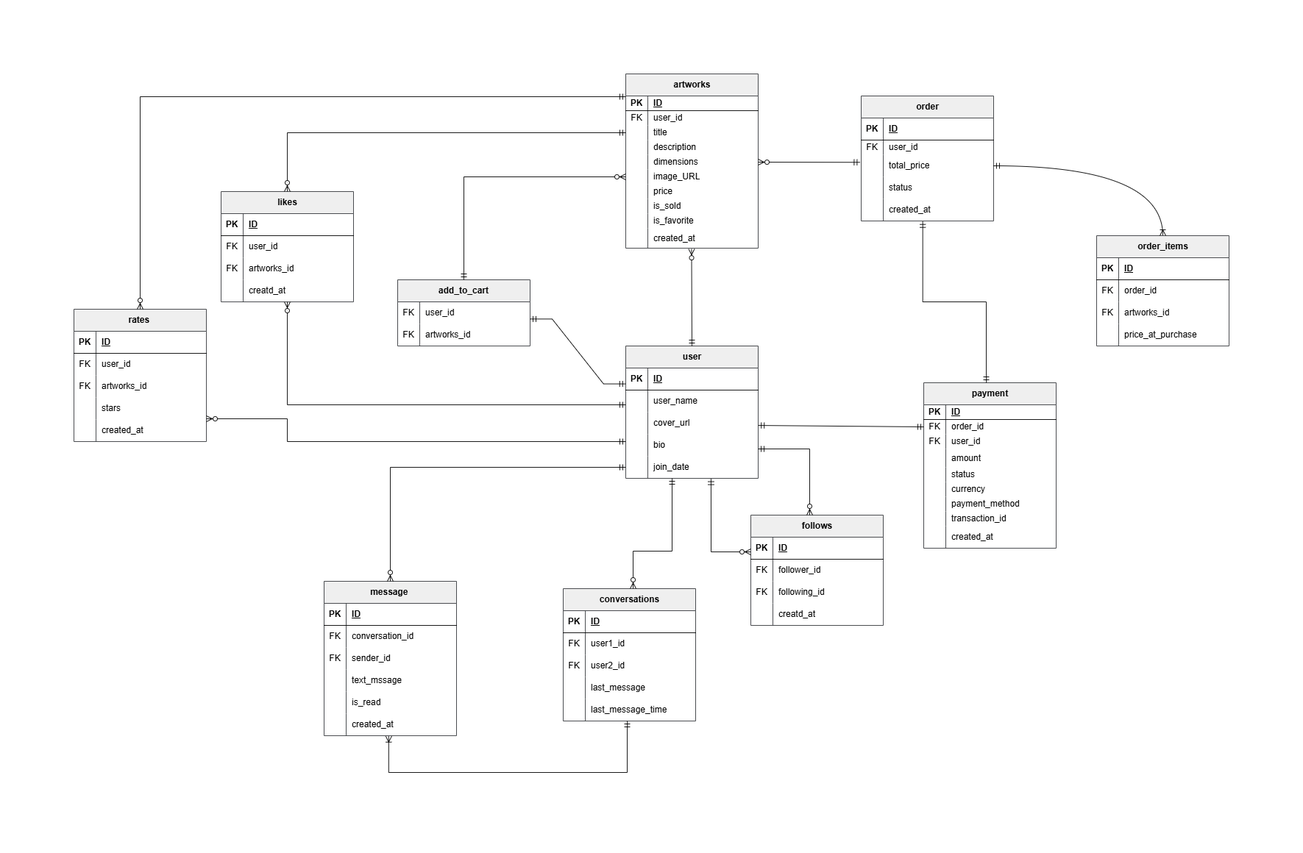
This is docs/ERD.png from bayanhassoneh/E-Commerce-App-Art-Marketpalce, a draw.io export, as it was before one commit. Source tidied: cells renumbered, new cells last; positions are measured from the earlier drawing's top-left corner, leaving out a move shared by most shapes.
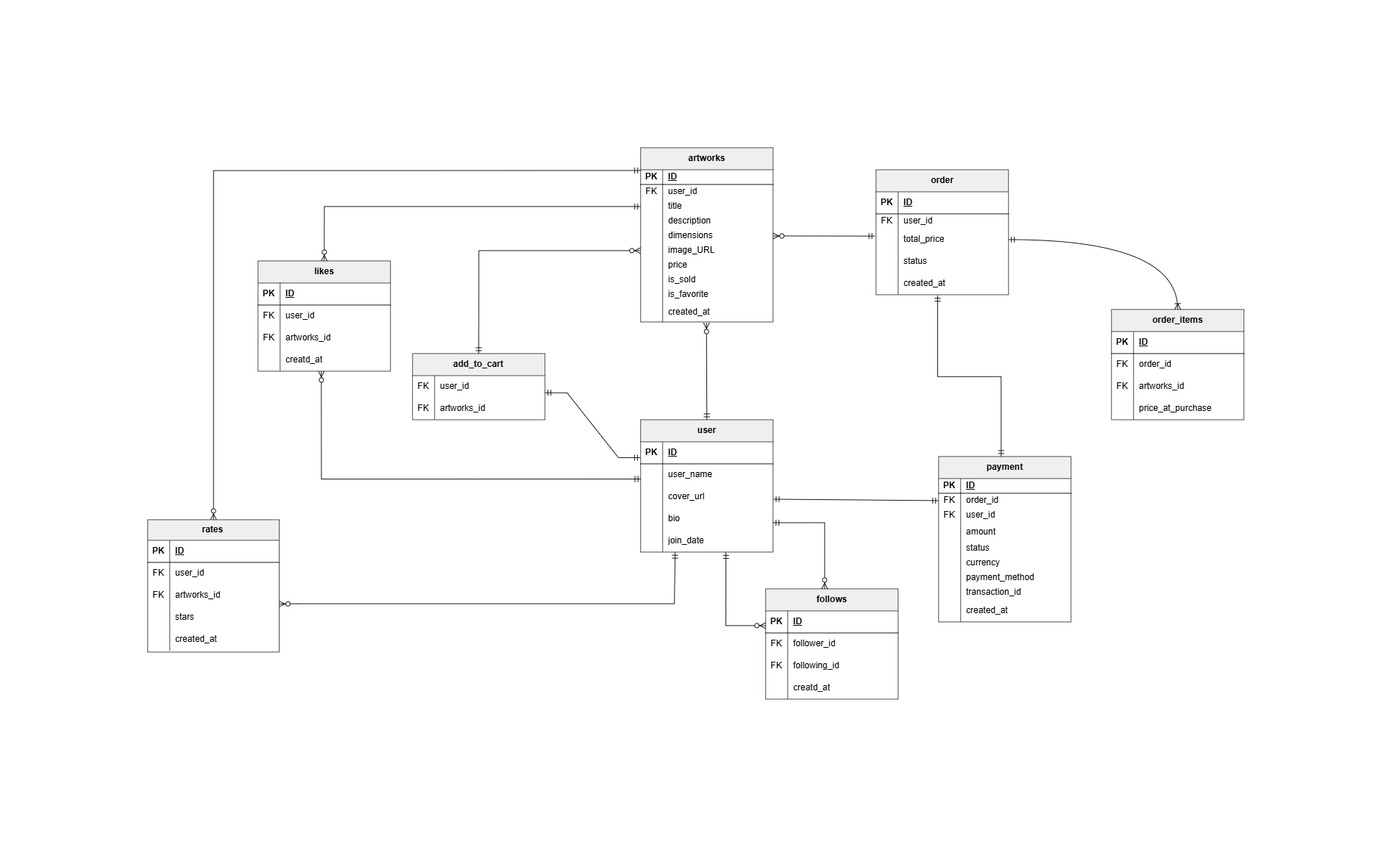
After the change.

Diff of the diagram source:
```diff
@@ -3,7 +3,7 @@
     <mxCell id="0" />
     <mxCell id="1" parent="0" />
     <mxCell id="2" value="likes" style="shape=table;startSize=30;rowLines=0;fontStyle=1;align=center;html=1;fillColor=#eeeeee;strokeColor=#36393d;opacity=90;" parent="1" vertex="1">
-      <mxGeometry x="200" y="160" width="180" height="150" as="geometry" />
+      <mxGeometry x="230" y="154" width="180" height="150" as="geometry" />
     </mxCell>
     <mxCell id="3" style="shape=tableRow;horizontal=0;startSize=0;swimlaneHead=0;swimlaneBody=0;fillColor=none;top=0;left=0;right=0;bottom=1;opacity=90;" parent="2" vertex="1">
       <mxGeometry y="30" width="180" height="30" as="geometry" />
@@ -128,63 +128,6 @@
     <mxCell id="43" value="join_date" style="shape=partialRectangle;fillColor=none;top=0;left=0;bottom=0;right=0;align=left;spacingLeft=6;overflow=hidden;whiteSpace=wrap;html=1;opacity=90;" parent="41" vertex="1">
       <mxGeometry x="30" width="150" height="30" as="geometry" />
     </mxCell>
-    <mxCell id="44" value="message&amp;nbsp;" style="shape=table;startSize=30;rowLines=0;fontStyle=1;align=center;html=1;fillColor=#eeeeee;strokeColor=#36393d;opacity=90;" parent="1" vertex="1">
-      <mxGeometry x="340" y="690" width="180" height="210" as="geometry" />
-    </mxCell>
-    <mxCell id="45" style="shape=tableRow;horizontal=0;startSize=0;swimlaneHead=0;swimlaneBody=0;fillColor=none;top=0;left=0;right=0;bottom=1;opacity=90;" parent="44" vertex="1">
-      <mxGeometry y="30" width="180" height="30" as="geometry" />
-    </mxCell>
-    <mxCell id="46" value="PK" style="shape=partialRectangle;fillColor=none;top=0;left=0;bottom=0;right=0;fontStyle=1;overflow=hidden;whiteSpace=wrap;html=1;opacity=90;" parent="45" vertex="1">
-      <mxGeometry width="30" height="30" as="geometry" />
-    </mxCell>
-    <mxCell id="47" value="ID" style="shape=partialRectangle;fillColor=none;top=0;left=0;bottom=0;right=0;align=left;spacingLeft=6;fontStyle=5;overflow=hidden;whiteSpace=wrap;html=1;opacity=90;" parent="45" vertex="1">
-      <mxGeometry x="30" width="150" height="30" as="geometry" />
-    </mxCell>
-    <mxCell id="48" style="shape=tableRow;horizontal=0;startSize=0;swimlaneHead=0;swimlaneBody=0;fillColor=none;top=0;left=0;right=0;bottom=0;opacity=90;" parent="44" vertex="1">
-      <mxGeometry y="60" width="180" height="30" as="geometry" />
-    </mxCell>
-    <mxCell id="49" value="FK" style="shape=partialRectangle;fillColor=none;top=0;left=0;bottom=0;right=0;overflow=hidden;whiteSpace=wrap;html=1;opacity=90;" parent="48" vertex="1">
-      <mxGeometry width="30" height="30" as="geometry" />
-    </mxCell>
-    <mxCell id="50" value="conversation_id" style="shape=partialRectangle;fillColor=none;top=0;left=0;bottom=0;right=0;align=left;spacingLeft=6;overflow=hidden;whiteSpace=wrap;html=1;opacity=90;" parent="48" vertex="1">
-      <mxGeometry x="30" width="150" height="30" as="geometry" />
-    </mxCell>
-    <mxCell id="51" style="shape=tableRow;horizontal=0;startSize=0;swimlaneHead=0;swimlaneBody=0;fillColor=none;top=0;left=0;right=0;bottom=0;opacity=90;" parent="44" vertex="1">
-      <mxGeometry y="90" width="180" height="30" as="geometry" />
-    </mxCell>
-    <mxCell id="52" value="FK" style="shape=partialRectangle;fillColor=none;top=0;left=0;bottom=0;right=0;overflow=hidden;whiteSpace=wrap;html=1;opacity=90;" parent="51" vertex="1">
-      <mxGeometry width="30" height="30" as="geometry" />
-    </mxCell>
-    <mxCell id="53" value="sender_id" style="shape=partialRectangle;fillColor=none;top=0;left=0;bottom=0;right=0;align=left;spacingLeft=6;overflow=hidden;whiteSpace=wrap;html=1;opacity=90;" parent="51" vertex="1">
-      <mxGeometry x="30" width="150" height="30" as="geometry" />
-    </mxCell>
-    <mxCell id="54" style="shape=tableRow;horizontal=0;startSize=0;swimlaneHead=0;swimlaneBody=0;fillColor=none;top=0;left=0;right=0;bottom=0;opacity=90;" parent="44" vertex="1">
-      <mxGeometry y="120" width="180" height="30" as="geometry" />
-    </mxCell>
-    <mxCell id="55" style="shape=partialRectangle;fillColor=none;top=0;left=0;bottom=0;right=0;overflow=hidden;whiteSpace=wrap;html=1;opacity=90;" parent="54" vertex="1">
-      <mxGeometry width="30" height="30" as="geometry" />
-    </mxCell>
-    <mxCell id="56" value="text_mssage" style="shape=partialRectangle;fillColor=none;top=0;left=0;bottom=0;right=0;align=left;spacingLeft=6;overflow=hidden;whiteSpace=wrap;html=1;opacity=90;" parent="54" vertex="1">
-      <mxGeometry x="30" width="150" height="30" as="geometry" />
-    </mxCell>
-    <mxCell id="57" style="shape=tableRow;horizontal=0;startSize=0;swimlaneHead=0;swimlaneBody=0;fillColor=none;top=0;left=0;right=0;bottom=0;opacity=90;" parent="44" vertex="1">
-      <mxGeometry y="150" width="180" height="30" as="geometry" />
-    </mxCell>
-    <mxCell id="58" style="shape=partialRectangle;fillColor=none;top=0;left=0;bottom=0;right=0;overflow=hidden;whiteSpace=wrap;html=1;opacity=90;" parent="57" vertex="1">
-      <mxGeometry width="30" height="30" as="geometry" />
-    </mxCell>
-    <mxCell id="59" value="is_read&amp;nbsp;" style="shape=partialRectangle;fillColor=none;top=0;left=0;bottom=0;right=0;align=left;spacingLeft=6;overflow=hidden;whiteSpace=wrap;html=1;opacity=90;" parent="57" vertex="1">
-      <mxGeometry x="30" width="150" height="30" as="geometry" />
-    </mxCell>
-    <mxCell id="60" style="shape=tableRow;horizontal=0;startSize=0;swimlaneHead=0;swimlaneBody=0;fillColor=none;points=[[0,0.5],[1,0.5]];portConstraint=eastwest;top=0;left=0;right=0;bottom=0;opacity=90;" parent="44" vertex="1">
-      <mxGeometry y="180" width="180" height="30" as="geometry" />
-    </mxCell>
-    <mxCell id="61" style="shape=partialRectangle;fillColor=none;top=0;left=0;bottom=0;right=0;overflow=hidden;whiteSpace=wrap;html=1;opacity=90;" parent="60" vertex="1">
-      <mxGeometry width="30" height="30" as="geometry" />
-    </mxCell>
-    <mxCell id="62" value="created_at" style="shape=partialRectangle;fillColor=none;top=0;left=0;bottom=0;right=0;align=left;spacingLeft=6;overflow=hidden;whiteSpace=wrap;html=1;opacity=90;" parent="60" vertex="1">
-      <mxGeometry x="30" width="150" height="30" as="geometry" />
-    </mxCell>
     <mxCell id="63" value="payment" style="shape=table;startSize=30;rowLines=0;fontStyle=1;align=center;html=1;fillColor=#eeeeee;strokeColor=#36393d;opacity=90;" parent="1" vertex="1">
       <mxGeometry x="1155" y="420" width="180" height="225" as="geometry" />
     </mxCell>
@@ -487,10 +430,11 @@
         <mxPoint x="620" y="333.3" as="sourcePoint" />
       </mxGeometry>
     </mxCell>
-    <mxCell id="163" style="fontSize=12;html=1;endArrow=ERzeroToMany;startArrow=ERmandOne;rounded=0;strokeWidth=1;edgeStyle=orthogonalEdgeStyle;opacity=90;" parent="1" edge="1" source="32" target="12">
+    <mxCell id="163" style="fontSize=12;html=1;endArrow=ERzeroToMany;startArrow=ERmandOne;rounded=0;strokeWidth=1;edgeStyle=orthogonalEdgeStyle;opacity=90;entryX=0.335;entryY=1.043;entryDx=0;entryDy=0;entryPerimeter=0;exitX=0.002;exitY=0.687;exitDx=0;exitDy=0;exitPerimeter=0;" parent="1" edge="1" source="32">
       <mxGeometry relative="1" as="geometry">
+        <mxPoint x="316" y="304" as="targetPoint" />
         <Array as="points">
-          <mxPoint x="290" y="450" />
+          <mxPoint x="316" y="450.6" />
         </Array>
       </mxGeometry>
     </mxCell>
@@ -521,143 +465,69 @@
         </Array>
       </mxGeometry>
     </mxCell>
+    <mxCell id="206" style="fontSize=12;html=1;endArrow=ERzeroToMany;startArrow=ERmandOne;rounded=0;strokeWidth=1;edgeStyle=orthogonalEdgeStyle;opacity=90;entryX=0.999;entryY=0.886;entryDx=0;entryDy=0;entryPerimeter=0;" parent="1" edge="1" target="176">
+      <mxGeometry relative="1" as="geometry">
+        <mxPoint x="796.8" y="550.2" as="sourcePoint" />
+        <Array as="points">
+          <mxPoint x="796.8" y="557.1" />
+          <mxPoint x="795.9" y="557.1" />
+          <mxPoint x="795.9" y="620.3" />
+          <mxPoint x="284.7" y="620.3" />
+        </Array>
+      </mxGeometry>
+    </mxCell>
+    <mxCell id="207" style="fontSize=12;html=1;endArrow=ERzeroToMany;startArrow=ERmandOne;rounded=0;strokeWidth=1;edgeStyle=orthogonalEdgeStyle;opacity=90;" parent="1" edge="1" target="169">
+      <mxGeometry relative="1" as="geometry">
+        <mxPoint x="750" y="31" as="sourcePoint" />
+      </mxGeometry>
+    </mxCell>
-    <mxCell id="169" value="rates&amp;nbsp;" style="shape=table;startSize=30;rowLines=0;fontStyle=1;align=center;html=1;fillColor=#eeeeee;strokeColor=#36393d;opacity=90;" parent="1" vertex="1">
-      <mxGeometry y="320" width="180" height="180" as="geometry" />
+    <mxCell id="169" value="rates&amp;nbsp;" style="shape=table;startSize=28;rowLines=0;fontStyle=1;align=center;html=1;fillColor=#eeeeee;strokeColor=#36393d;opacity=90;" parent="1" vertex="1">
+      <mxGeometry x="80" y="506" width="178.7" height="180" as="geometry" />
     </mxCell>
     <mxCell id="170" style="shape=tableRow;horizontal=0;startSize=0;swimlaneHead=0;swimlaneBody=0;fillColor=none;top=0;left=0;right=0;bottom=1;opacity=90;" parent="169" vertex="1">
-      <mxGeometry y="30" width="180" height="30" as="geometry" />
+      <mxGeometry y="28" width="178.7" height="30" as="geometry" />
     </mxCell>
     <mxCell id="171" value="PK" style="shape=partialRectangle;fillColor=none;top=0;left=0;bottom=0;right=0;fontStyle=1;overflow=hidden;whiteSpace=wrap;html=1;opacity=90;" parent="170" vertex="1">
       <mxGeometry width="30" height="30" as="geometry" />
     </mxCell>
     <mxCell id="172" value="ID" style="shape=partialRectangle;fillColor=none;top=0;left=0;bottom=0;right=0;align=left;spacingLeft=6;fontStyle=5;overflow=hidden;whiteSpace=wrap;html=1;opacity=90;" parent="170" vertex="1">
-      <mxGeometry x="30" width="150" height="30" as="geometry" />
+      <mxGeometry x="30" width="148.7" height="30" as="geometry" />
     </mxCell>
     <mxCell id="173" style="shape=tableRow;horizontal=0;startSize=0;swimlaneHead=0;swimlaneBody=0;fillColor=none;top=0;left=0;right=0;bottom=0;opacity=90;" parent="169" vertex="1">
-      <mxGeometry y="60" width="180" height="30" as="geometry" />
+      <mxGeometry y="58" width="178.7" height="30" as="geometry" />
     </mxCell>
     <mxCell id="174" value="FK" style="shape=partialRectangle;fillColor=none;top=0;left=0;bottom=0;right=0;overflow=hidden;whiteSpace=wrap;html=1;opacity=90;" parent="173" vertex="1">
       <mxGeometry width="30" height="30" as="geometry" />
     </mxCell>
     <mxCell id="175" value="user_id" style="shape=partialRectangle;fillColor=none;top=0;left=0;bottom=0;right=0;align=left;spacingLeft=6;overflow=hidden;whiteSpace=wrap;html=1;opacity=90;" parent="173" vertex="1">
-      <mxGeometry x="30" width="150" height="30" as="geometry" />
+      <mxGeometry x="30" width="148.7" height="30" as="geometry" />
     </mxCell>
     <mxCell id="176" style="shape=tableRow;horizontal=0;startSize=0;swimlaneHead=0;swimlaneBody=0;fillColor=none;points=[[0,0.5],[1,0.5]];portConstraint=eastwest;top=0;left=0;right=0;bottom=0;opacity=90;" parent="169" vertex="1">
-      <mxGeometry y="90" width="180" height="30" as="geometry" />
+      <mxGeometry y="88" width="178.7" height="30" as="geometry" />
     </mxCell>
     <mxCell id="177" value="FK" style="shape=partialRectangle;fillColor=none;top=0;left=0;bottom=0;right=0;overflow=hidden;whiteSpace=wrap;html=1;opacity=90;" parent="176" vertex="1">
       <mxGeometry width="30" height="30" as="geometry" />
     </mxCell>
     <mxCell id="178" value="artworks_id" style="shape=partialRectangle;fillColor=none;top=0;left=0;bottom=0;right=0;align=left;spacingLeft=6;overflow=hidden;whiteSpace=wrap;html=1;opacity=90;" parent="176" vertex="1">
-      <mxGeometry x="30" width="150" height="30" as="geometry" />
+      <mxGeometry x="30" width="148.7" height="30" as="geometry" />
     </mxCell>
     <mxCell id="179" style="shape=tableRow;horizontal=0;startSize=0;swimlaneHead=0;swimlaneBody=0;fillColor=none;top=0;left=0;right=0;bottom=0;opacity=90;" parent="169" vertex="1">
-      <mxGeometry y="120" width="180" height="30" as="geometry" />
+      <mxGeometry y="118" width="178.7" height="30" as="geometry" />
     </mxCell>
     <mxCell id="180" style="shape=partialRectangle;fillColor=none;top=0;left=0;bottom=0;right=0;overflow=hidden;whiteSpace=wrap;html=1;opacity=90;" parent="179" vertex="1">
       <mxGeometry width="30" height="30" as="geometry" />
     </mxCell>
     <mxCell id="181" value="stars" style="shape=partialRectangle;fillColor=none;top=0;left=0;bottom=0;right=0;align=left;spacingLeft=6;overflow=hidden;whiteSpace=wrap;html=1;opacity=90;" parent="179" vertex="1">
-      <mxGeometry x="30" width="150" height="30" as="geometry" />
+      <mxGeometry x="30" width="148.7" height="30" as="geometry" />
     </mxCell>
     <mxCell id="182" style="shape=tableRow;horizontal=0;startSize=0;swimlaneHead=0;swimlaneBody=0;fillColor=none;top=0;left=0;right=0;bottom=0;opacity=90;" parent="169" vertex="1">
-      <mxGeometry y="150" width="180" height="30" as="geometry" />
+      <mxGeometry y="148" width="178.7" height="30" as="geometry" />
     </mxCell>
     <mxCell id="183" style="shape=partialRectangle;fillColor=none;top=0;left=0;bottom=0;right=0;overflow=hidden;whiteSpace=wrap;html=1;opacity=90;" parent="182" vertex="1">
       <mxGeometry width="30" height="30" as="geometry" />
     </mxCell>
     <mxCell id="184" value="created_at" style="shape=partialRectangle;fillColor=none;top=0;left=0;bottom=0;right=0;align=left;spacingLeft=6;overflow=hidden;whiteSpace=wrap;html=1;opacity=90;" parent="182" vertex="1">
-      <mxGeometry x="30" width="150" height="30" as="geometry" />
+      <mxGeometry x="30" width="148.7" height="30" as="geometry" />
     </mxCell>
-    <mxCell id="185" value="conversations" style="shape=table;startSize=30;rowLines=0;fontStyle=1;align=center;html=1;fillColor=#eeeeee;strokeColor=#36393d;opacity=90;" parent="1" vertex="1">
-      <mxGeometry x="665" y="700" width="180" height="180" as="geometry" />
-    </mxCell>
-    <mxCell id="186" style="shape=tableRow;horizontal=0;startSize=0;swimlaneHead=0;swimlaneBody=0;fillColor=none;top=0;left=0;right=0;bottom=1;opacity=90;" parent="185" vertex="1">
-      <mxGeometry y="30" width="180" height="30" as="geometry" />
-    </mxCell>
-    <mxCell id="187" value="PK" style="shape=partialRectangle;fillColor=none;top=0;left=0;bottom=0;right=0;fontStyle=1;overflow=hidden;whiteSpace=wrap;html=1;opacity=90;" parent="186" vertex="1">
-      <mxGeometry width="30" height="30" as="geometry" />
-    </mxCell>
-    <mxCell id="188" value="ID" style="shape=partialRectangle;fillColor=none;top=0;left=0;bottom=0;right=0;align=left;spacingLeft=6;fontStyle=5;overflow=hidden;whiteSpace=wrap;html=1;opacity=90;" parent="186" vertex="1">
-      <mxGeometry x="30" width="150" height="30" as="geometry" />
-    </mxCell>
-    <mxCell id="189" style="shape=tableRow;horizontal=0;startSize=0;swimlaneHead=0;swimlaneBody=0;fillColor=none;top=0;left=0;right=0;bottom=0;opacity=90;" parent="185" vertex="1">
-      <mxGeometry y="60" width="180" height="30" as="geometry" />
-    </mxCell>
-    <mxCell id="190" value="FK" style="shape=partialRectangle;fillColor=none;top=0;left=0;bottom=0;right=0;overflow=hidden;whiteSpace=wrap;html=1;opacity=90;" parent="189" vertex="1">
-      <mxGeometry width="30" height="30" as="geometry" />
-    </mxCell>
-    <mxCell id="191" value="user1_id" style="shape=partialRectangle;fillColor=none;top=0;left=0;bottom=0;right=0;align=left;spacingLeft=6;overflow=hidden;whiteSpace=wrap;html=1;opacity=90;" parent="189" vertex="1">
-      <mxGeometry x="30" width="150" height="30" as="geometry" />
-    </mxCell>
-    <mxCell id="192" style="shape=tableRow;horizontal=0;startSize=0;swimlaneHead=0;swimlaneBody=0;fillColor=none;top=0;left=0;right=0;bottom=0;opacity=90;" parent="185" vertex="1">
-      <mxGeometry y="90" width="180" height="30" as="geometry" />
-    </mxCell>
-    <mxCell id="193" value="FK" style="shape=partialRectangle;fillColor=none;top=0;left=0;bottom=0;right=0;overflow=hidden;whiteSpace=wrap;html=1;opacity=90;" parent="192" vertex="1">
-      <mxGeometry width="30" height="30" as="geometry" />
-    </mxCell>
-    <mxCell id="194" value="user2_id" style="shape=partialRectangle;fillColor=none;top=0;left=0;bottom=0;right=0;align=left;spacingLeft=6;overflow=hidden;whiteSpace=wrap;html=1;opacity=90;" parent="192" vertex="1">
-      <mxGeometry x="30" width="150" height="30" as="geometry" />
-    </mxCell>
-    <mxCell id="195" style="shape=tableRow;horizontal=0;startSize=0;swimlaneHead=0;swimlaneBody=0;fillColor=none;top=0;left=0;right=0;bottom=0;opacity=90;" parent="185" vertex="1">
-      <mxGeometry y="120" width="180" height="30" as="geometry" />
-    </mxCell>
-    <mxCell id="196" style="shape=partialRectangle;fillColor=none;top=0;left=0;bottom=0;right=0;overflow=hidden;whiteSpace=wrap;html=1;opacity=90;" parent="195" vertex="1">
-      <mxGeometry width="30" height="30" as="geometry" />
-    </mxCell>
-    <mxCell id="197" value="last_message" style="shape=partialRectangle;fillColor=none;top=0;left=0;bottom=0;right=0;align=left;spacingLeft=6;overflow=hidden;whiteSpace=wrap;html=1;opacity=90;" parent="195" vertex="1">
-      <mxGeometry x="30" width="150" height="30" as="geometry" />
-    </mxCell>
-    <mxCell id="198" style="shape=tableRow;horizontal=0;startSize=0;swimlaneHead=0;swimlaneBody=0;fillColor=none;top=0;left=0;right=0;bottom=0;opacity=90;" parent="185" vertex="1">
-      <mxGeometry y="150" width="180" height="30" as="geometry" />
-    </mxCell>
-    <mxCell id="199" style="shape=partialRectangle;fillColor=none;top=0;left=0;bottom=0;right=0;overflow=hidden;whiteSpace=wrap;html=1;opacity=90;" parent="198" vertex="1">
-      <mxGeometry width="30" height="30" as="geometry" />
-    </mxCell>
-    <mxCell id="200" value="last_message_time" style="shape=partialRectangle;fillColor=none;top=0;left=0;bottom=0;right=0;align=left;spacingLeft=6;overflow=hidden;whiteSpace=wrap;html=1;opacity=90;" parent="198" vertex="1">
-      <mxGeometry x="30" width="150" height="30" as="geometry" />
-    </mxCell>
-    <mxCell id="201" style="fontSize=12;html=1;endArrow=ERzeroToMany;startArrow=ERmandOne;rounded=0;strokeWidth=1;edgeStyle=orthogonalEdgeStyle;opacity=90;" parent="1" edge="1">
-      <mxGeometry relative="1" as="geometry">
-        <mxPoint x="750" y="500" as="sourcePoint" />
-        <mxPoint x="180" y="469" as="targetPoint" />
-        <Array as="points">
-          <mxPoint x="290" y="500" />
-          <mxPoint x="290" y="469" />
-        </Array>
-      </mxGeometry>
-    </mxCell>
-    <mxCell id="202" style="fontSize=12;html=1;endArrow=ERzeroToMany;startArrow=ERmandOne;rounded=0;strokeWidth=1;edgeStyle=orthogonalEdgeStyle;entryX=0.5;entryY=0;entryDx=0;entryDy=0;opacity=90;" parent="1" edge="1" target="169">
-      <mxGeometry relative="1" as="geometry">
-        <mxPoint x="750" y="31" as="sourcePoint" />
-        <Array as="points">
-          <mxPoint x="90" y="31" />
-        </Array>
-      </mxGeometry>
-    </mxCell>
-    <mxCell id="203" style="fontSize=12;html=1;endArrow=ERzeroToMany;startArrow=ERmandOne;rounded=0;strokeWidth=1;edgeStyle=orthogonalEdgeStyle;exitX=0.644;exitY=1.018;exitDx=0;exitDy=0;exitPerimeter=0;entryX=0.528;entryY=0;entryDx=0;entryDy=0;entryPerimeter=0;opacity=90;" parent="1" edge="1" target="185">
-      <mxGeometry relative="1" as="geometry">
-        <mxPoint x="813" y="550" as="sourcePoint" />
-        <Array as="points">
-          <mxPoint x="813" y="649" />
-          <mxPoint x="760" y="649" />
-        </Array>
-      </mxGeometry>
-    </mxCell>
-    <mxCell id="204" style="fontSize=12;html=1;endArrow=ERzeroToMany;startArrow=ERmandOne;rounded=0;strokeWidth=1;edgeStyle=orthogonalEdgeStyle;exitX=0;exitY=0.5;exitDx=0;exitDy=0;opacity=90;" parent="1" edge="1" source="41" target="44">
-      <mxGeometry relative="1" as="geometry">
-        <Array as="points">
-          <mxPoint x="430" y="535" />
-        </Array>
-      </mxGeometry>
-    </mxCell>
-    <mxCell id="205" style="edgeStyle=elbowEdgeStyle;fontSize=12;html=1;endArrow=ERoneToMany;startArrow=ERmandOne;rounded=0;elbow=vertical;entryX=0.488;entryY=1.024;entryDx=0;entryDy=0;entryPerimeter=0;opacity=90;" parent="1" edge="1" target="60">
-      <mxGeometry relative="1" as="geometry">
-        <mxPoint x="752" y="880" as="sourcePoint" />
-        <Array as="points">
-          <mxPoint x="570" y="950" />
-        </Array>
-      </mxGeometry>
-    </mxCell>
   </root>
 </mxGraphModel>
```
